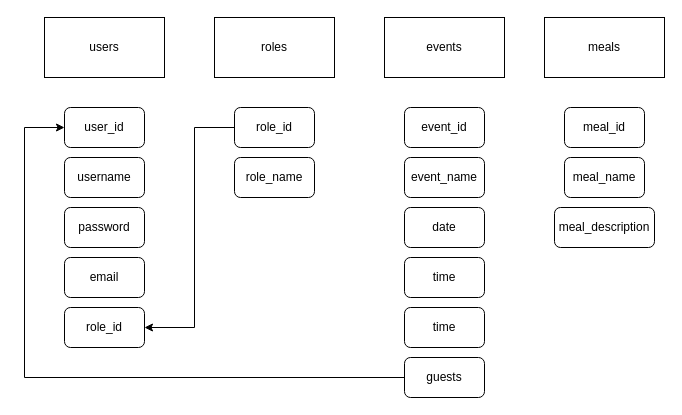
Above: layout.drawio in Potluck-planner-4-build-week/Back-end (draw.io), before the change. Source tidied: cells renumbered, new cells numbered last; positions are measured from the earlier drawing's top-left corner, leaving out a move shared by most shapes. Both pictures are drawn from the tidied source at 100%, with x=0, y=0 at pixel (24, 17).
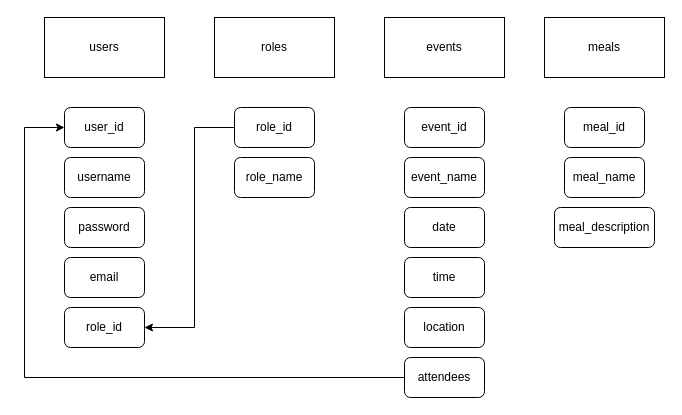
Above is the later version.

Commit message (it also covers changes not shown here):
events and foods table added

What changed in the source:
```diff
@@
-    <mxCell id="14" value="guests" style="rounded=1;whiteSpace=wrap;html=1;" parent="1" vertex="1">
+    <mxCell id="14" value="attendees" style="rounded=1;whiteSpace=wrap;html=1;" parent="1" vertex="1">
       <mxGeometry x="380" y="340" width="80" height="40" as="geometry" />
     </mxCell>
@@
-    <mxCell id="23" value="time" style="rounded=1;whiteSpace=wrap;html=1;" parent="1" vertex="1">
+    <mxCell id="23" value="location" style="rounded=1;whiteSpace=wrap;html=1;" parent="1" vertex="1">
       <mxGeometry x="380" y="290" width="80" height="40" as="geometry" />
     </mxCell>
```
